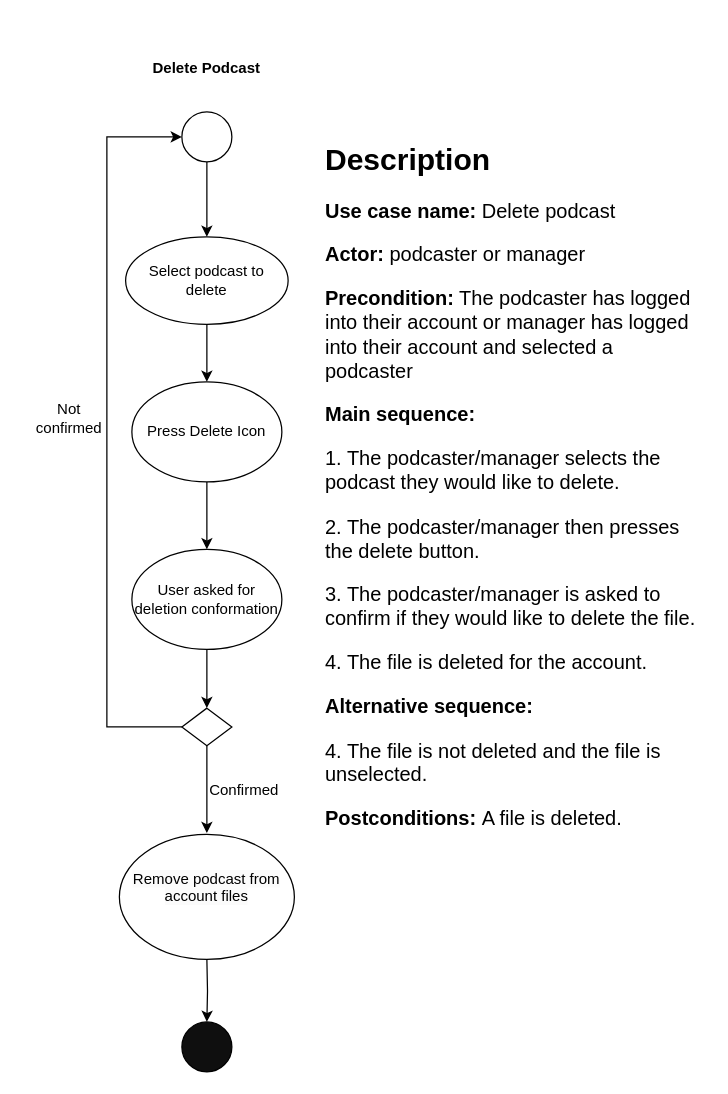
The draw.io diagram delete_podcast_activity.drawio in Glizzus/COMP-3700, before the edit. Source tidied: cells renumbered, new cells numbered last; positions are measured from the earlier drawing's top-left corner, leaving out a move shared by most shapes. Both pictures are drawn from the tidied source at 125%, with x=0, y=0 at pixel (31, 49).
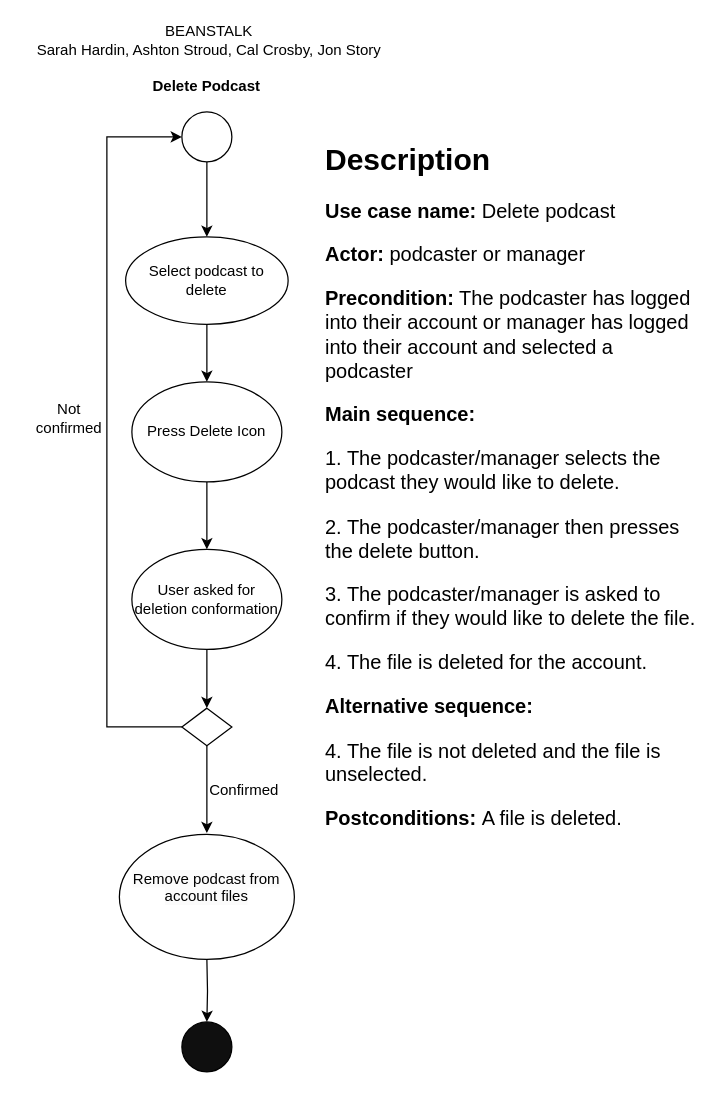
The same page after the edit.

The edit, as a diff of the source:
```diff
@@
     <mxCell id="14" value="&lt;b&gt;Delete Podcast&lt;/b&gt;" style="text;html=1;strokeColor=none;fillColor=none;align=center;verticalAlign=middle;whiteSpace=wrap;rounded=0;" parent="1" vertex="1">
-      <mxGeometry x="80" width="120" height="30" as="geometry" />
+      <mxGeometry x="80" y="15" width="120" height="30" as="geometry" />
     </mxCell>
@@
+    <mxCell id="20" value="BEANSTALK&lt;br style=&quot;border-color: var(--border-color);&quot;&gt;&lt;span style=&quot;&quot;&gt;Sarah Hardin, Ashton Stroud, Cal Crosby, Jon Story&lt;/span&gt;" style="text;html=1;strokeColor=none;fillColor=none;align=center;verticalAlign=middle;whiteSpace=wrap;rounded=0;" parent="1" vertex="1">
+      <mxGeometry x="-8" y="-22" width="300" height="30" as="geometry" />
+    </mxCell>
```
